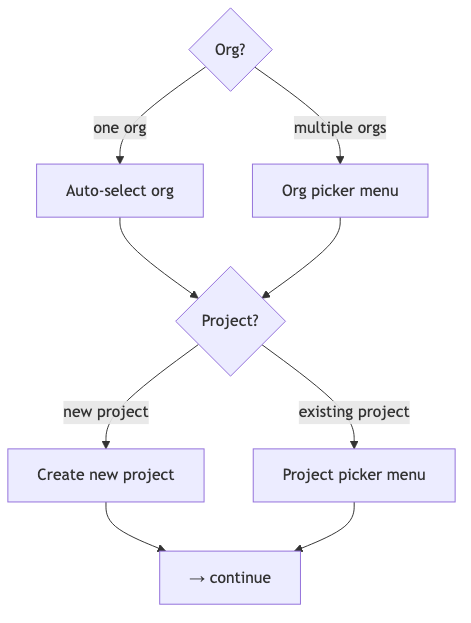
Earlier version of the Mermaid export docs/diagrams/org-project-selection-flow.png (amplitude/wizard). Its source is kept beside it as docs/diagrams/org-project-selection-flow.mmd. The source it was exported from:
```mermaid
flowchart TD
    ORG{Org?}
    ORG -->|one org| AUTO_ORG["Auto-select org"]
    ORG -->|multiple orgs| ORG_PICKER["Org picker menu"]
    AUTO_ORG --> PROJECT
    ORG_PICKER --> PROJECT

    PROJECT{Project?}
    PROJECT -->|new project| NEW_PROJ["Create new project"] --> DONE
    PROJECT -->|existing project| PROJ_PICKER["Project picker menu"] --> DONE
    DONE["→ continue"]
```
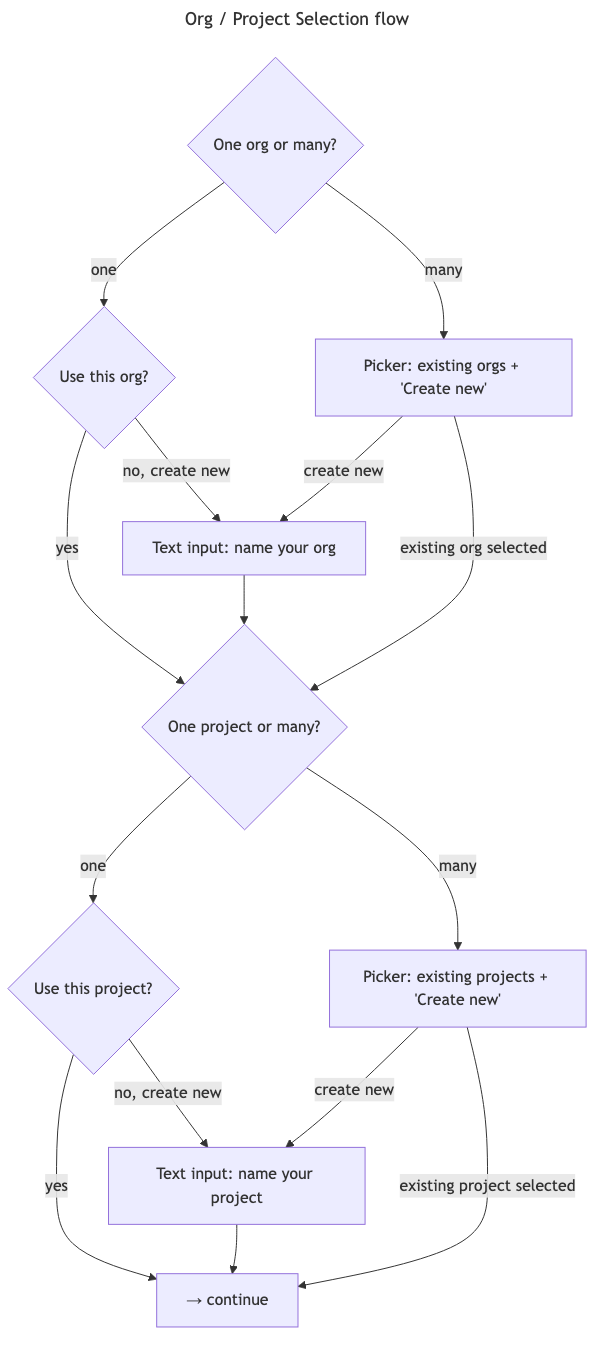
Later version of the same file.

What changed in the source:
```diff
@@ -1,11 +1,20 @@
+---
+title: Org / Project Selection flow
+---
 flowchart TD
-    ORG{Org?}
-    ORG -->|one org| AUTO_ORG["Auto-select org"]
-    ORG -->|multiple orgs| ORG_PICKER["Org picker menu"]
-    AUTO_ORG --> PROJECT
-    ORG_PICKER --> PROJECT
+    ORG{One org or many?}
+    ORG -->|one| ORG_CONFIRM{"Use this org?"}
+    ORG -->|many| ORG_PICKER["Picker: existing orgs + 'Create new'"]
+    ORG_CONFIRM -->|yes| PROJECT
+    ORG_CONFIRM -->|no, create new| ORG_NAME["Text input: name your org"] --> PROJECT
+    ORG_PICKER -->|existing org selected| PROJECT
+    ORG_PICKER -->|create new| ORG_NAME
 
-    PROJECT{Project?}
-    PROJECT -->|new project| NEW_PROJ["Create new project"] --> DONE
-    PROJECT -->|existing project| PROJ_PICKER["Project picker menu"] --> DONE
+    PROJECT{One project or many?}
+    PROJECT -->|one| PROJ_CONFIRM{"Use this project?"}
+    PROJECT -->|many| PROJ_PICKER["Picker: existing projects + 'Create new'"]
+    PROJ_CONFIRM -->|yes| DONE
+    PROJ_CONFIRM -->|no, create new| PROJ_NAME["Text input: name your project"] --> DONE
+    PROJ_PICKER -->|existing project selected| DONE
+    PROJ_PICKER -->|create new| PROJ_NAME
     DONE["→ continue"]
```
